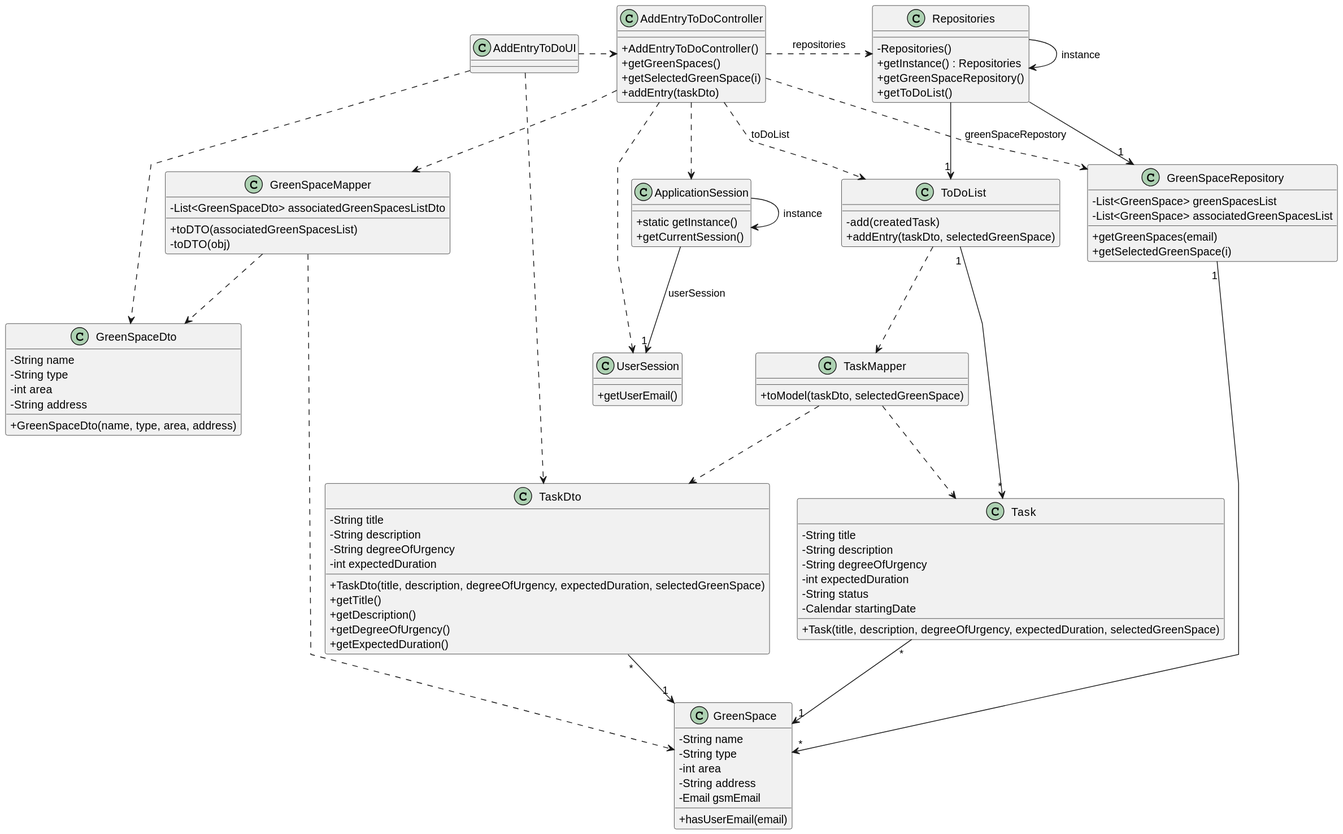
Above: docs/sprintC/us021/03.design/svg/us021-class-diagram.svg in Departamento-de-Engenharia-Informatica/lei-24-s2-1dm-g132 (PlantUML), before the change.
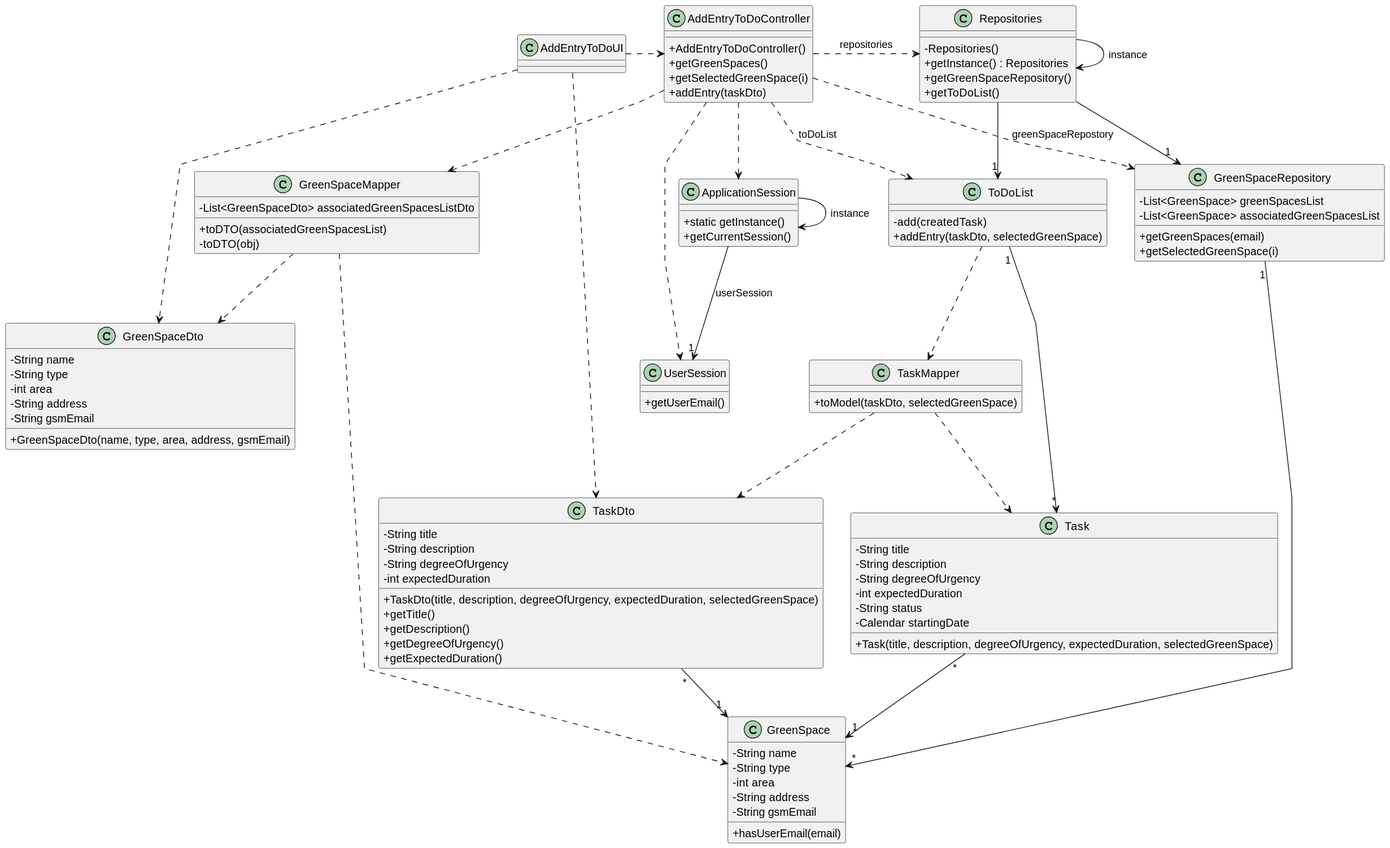
The same file after the commit.

Commit message:
Green space class minor change on class diagrams

Change to the diagram source:
```diff
@@ -52,7 +52,7 @@
     - String type
     - int area
     - String address
-    - Email gsmEmail
+    - String gsmEmail
     + hasUserEmail(email)
 }
 
@@ -69,7 +69,8 @@
     - String type
     - int area
     - String address
-    + GreenSpaceDto(name, type, area, address)
+    - String gsmEmail
+    + GreenSpaceDto(name, type, area, address, gsmEmail)
 }
 
 class ToDoList
```
